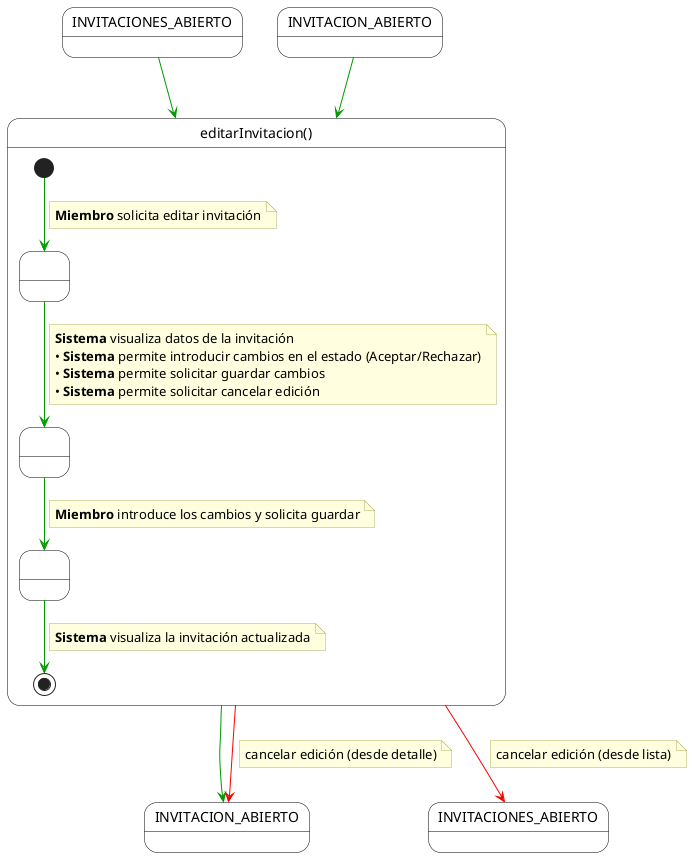
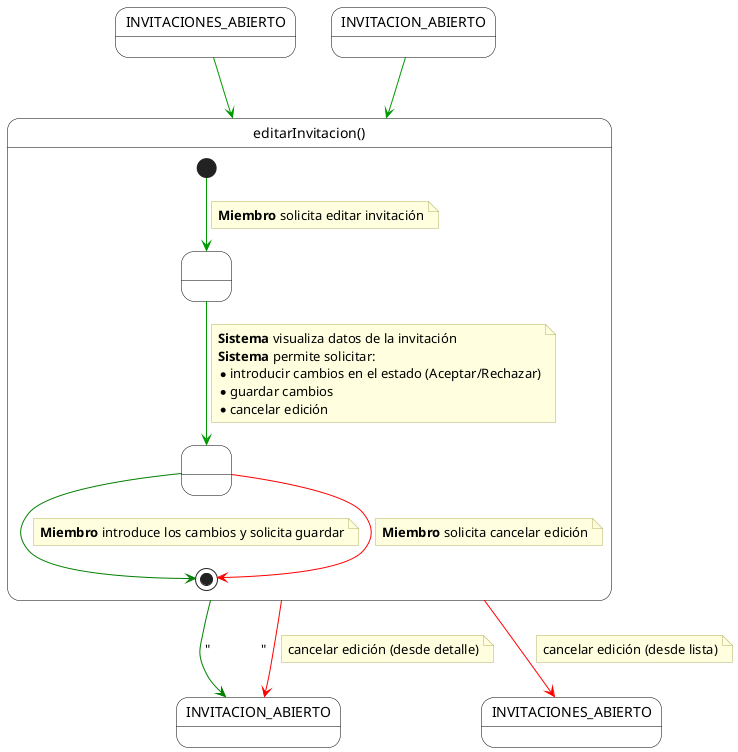
@startuml editarInvitacion
skinparam monochrome false
skinparam shadow false
top to bottom direction

skinparam state {
    BackgroundColor White
    BorderColor Black
    ArrowColor #009900
    StartColor Black
    EndColor Black
}

skinparam note {
    BackgroundColor #FFFFE0
    BorderColor #B0B060
    FontName Arial
}

state "INVITACIONES_ABIERTO" as EntradaLista
state "INVITACION_ABIERTO" as EntradaDetalle

state "editarInvitacion()" as MainBlock {

-     state " " as Paso1
-     state " " as Paso2
-     state " " as Paso3
+     state " " as EstadoVisualizacion
+     state " " as EstadoDecision

-     [*] --> Paso1
+     [*] --> EstadoVisualizacion
    note on link
        **Miembro** solicita editar invitación
    end note

-     Paso1 --> Paso2
+     EstadoVisualizacion --> EstadoDecision
    note on link
        **Sistema** visualiza datos de la invitación
-         • **Sistema** permite introducir cambios en el estado (Aceptar/Rechazar)
-         • **Sistema** permite solicitar guardar cambios
-         • **Sistema** permite solicitar cancelar edición
+         **Sistema** permite solicitar:
+         * introducir cambios en el estado (Aceptar/Rechazar)
+         * guardar cambios
+         * cancelar edición
    end note

-     Paso2 --> Paso3
+     EstadoDecision -[#green]down-> [*]
    note on link
        **Miembro** introduce los cambios y solicita guardar
    end note

-     Paso3 --> [*]
+     EstadoDecision -[#red]down-> [*]
    note on link
-         **Sistema** visualiza la invitación actualizada
+         **Miembro** solicita cancelar edición
    end note
}

state "INVITACION_ABIERTO" as FinInvitacion
state "INVITACIONES_ABIERTO" as FinLista

EntradaLista --> MainBlock
EntradaDetalle --> MainBlock

- MainBlock -[#009900]-> FinInvitacion
+ MainBlock -[#green]-> FinInvitacion : "               "

MainBlock -[#red]down-> FinInvitacion
note on link
    cancelar edición (desde detalle)
end note

MainBlock -[#red]down-> FinLista
note on link
    cancelar edición (desde lista)
end note

@enduml